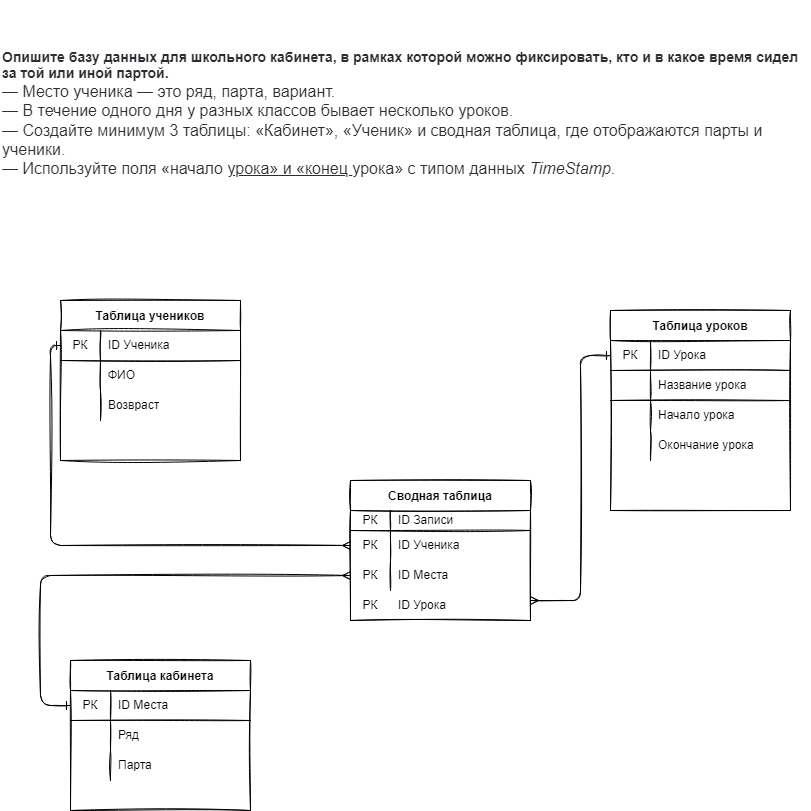
Earlier version of the draw.io export HWorkBaseDan/Bas.drawio.png (VladimirVicPar/qwerty1). Source tidied: cells renumbered, new cells last; positions are measured from the earlier drawing's top-left corner, leaving out a move shared by most shapes.
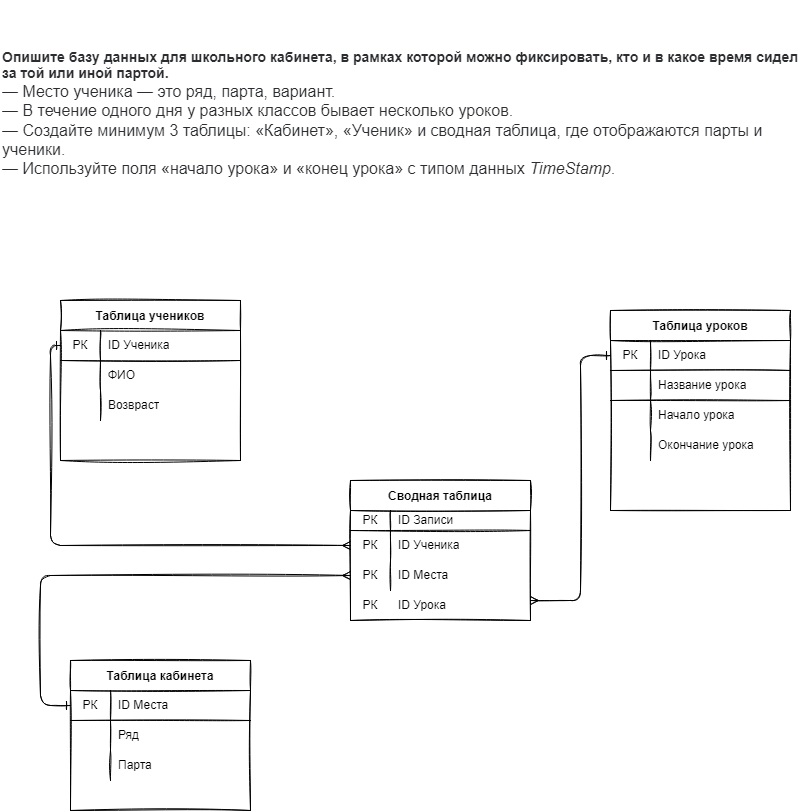
After the change.

Diff of the diagram source:
```diff
@@ -131,7 +131,7 @@
     <mxCell id="44" value="Парта" style="shape=partialRectangle;html=1;whiteSpace=wrap;fillColor=none;top=0;left=0;bottom=0;right=0;align=left;spacingLeft=6;overflow=hidden;sketch=1;" parent="42" vertex="1">
       <mxGeometry x="40" width="140" height="30" as="geometry" />
     </mxCell>
-    <object id="45" label="&lt;p style=&quot;box-sizing: border-box ; margin: 0px ; color: rgb(44 , 45 , 48) ; font-family: &amp;#34;roboto&amp;#34; , &amp;#34;san francisco&amp;#34; , &amp;#34;helvetica neue&amp;#34; , &amp;#34;helvetica&amp;#34; , &amp;#34;arial&amp;#34; ; background-color: rgb(255 , 255 , 255)&quot;&gt;&lt;span style=&quot;box-sizing: border-box ; font-weight: 700&quot;&gt;&lt;font style=&quot;font-size: 14px&quot;&gt;Опишите базу данных для школьного кабинета, в рамках которой можно фиксировать, кто и в какое время сидел за той или иной партой.&lt;/font&gt;&lt;/span&gt;&lt;/p&gt;&lt;p style=&quot;box-sizing: border-box ; margin: 0px ; color: rgb(44 , 45 , 48) ; font-family: &amp;#34;roboto&amp;#34; , &amp;#34;san francisco&amp;#34; , &amp;#34;helvetica neue&amp;#34; , &amp;#34;helvetica&amp;#34; , &amp;#34;arial&amp;#34; ; background-color: rgb(255 , 255 , 255)&quot;&gt;&lt;font size=&quot;3&quot;&gt;— Место ученика — это ряд, парта, вариант.&lt;br style=&quot;box-sizing: border-box&quot;&gt;— В течение одного дня у разных классов бывает несколько уроков.&lt;br style=&quot;box-sizing: border-box&quot;&gt;— Создайте минимум 3 таблицы: «Кабинет», «Ученик» и сводная таблица, где отображаются парты и ученики.&lt;br style=&quot;box-sizing: border-box&quot;&gt;— Используйте поля «начало&amp;nbsp;&lt;u style=&quot;box-sizing: border-box&quot;&gt;урока» и «конец&amp;nbsp;&lt;/u&gt;урока» с типом данных&amp;nbsp;&lt;em style=&quot;box-sizing: border-box&quot;&gt;TimeStamp&lt;/em&gt;.&lt;/font&gt;&lt;/p&gt;&lt;p style=&quot;box-sizing: border-box ; margin: 0px ; color: rgb(44 , 45 , 48) ; font-family: &amp;#34;roboto&amp;#34; , &amp;#34;san francisco&amp;#34; , &amp;#34;helvetica neue&amp;#34; , &amp;#34;helvetica&amp;#34; , &amp;#34;arial&amp;#34; ; background-color: rgb(255 , 255 , 255)&quot;&gt;&lt;br&gt;&lt;/p&gt;" name="Variable" placeholders="1">
+    <object id="45" label="&lt;p style=&quot;box-sizing: border-box ; margin: 0px ; color: rgb(44 , 45 , 48) ; font-family: &amp;#34;roboto&amp;#34; , &amp;#34;san francisco&amp;#34; , &amp;#34;helvetica neue&amp;#34; , &amp;#34;helvetica&amp;#34; , &amp;#34;arial&amp;#34; ; background-color: rgb(255 , 255 , 255)&quot;&gt;&lt;span style=&quot;box-sizing: border-box ; font-weight: 700&quot;&gt;&lt;font style=&quot;font-size: 14px&quot;&gt;Опишите базу данных для школьного кабинета, в рамках которой можно фиксировать, кто и в какое время сидел за той или иной партой.&lt;/font&gt;&lt;/span&gt;&lt;/p&gt;&lt;p style=&quot;box-sizing: border-box ; margin: 0px ; color: rgb(44 , 45 , 48) ; font-family: &amp;#34;roboto&amp;#34; , &amp;#34;san francisco&amp;#34; , &amp;#34;helvetica neue&amp;#34; , &amp;#34;helvetica&amp;#34; , &amp;#34;arial&amp;#34; ; background-color: rgb(255 , 255 , 255)&quot;&gt;&lt;font size=&quot;3&quot;&gt;— Место ученика — это ряд, парта, вариант.&lt;br style=&quot;box-sizing: border-box&quot;&gt;— В течение одного дня у разных классов бывает несколько уроков.&lt;br style=&quot;box-sizing: border-box&quot;&gt;— Создайте минимум 3 таблицы: «Кабинет», «Ученик» и сводная таблица, где отображаются парты и ученики.&lt;br style=&quot;box-sizing: border-box&quot;&gt;— Используйте поля «начало&amp;nbsp;&lt;span style=&quot;box-sizing: border-box&quot;&gt;урока» и «конец&amp;nbsp;&lt;/span&gt;урока» с типом данных&amp;nbsp;&lt;em style=&quot;box-sizing: border-box&quot;&gt;TimeStamp&lt;/em&gt;.&lt;/font&gt;&lt;/p&gt;&lt;p style=&quot;box-sizing: border-box ; margin: 0px ; color: rgb(44 , 45 , 48) ; font-family: &amp;#34;roboto&amp;#34; , &amp;#34;san francisco&amp;#34; , &amp;#34;helvetica neue&amp;#34; , &amp;#34;helvetica&amp;#34; , &amp;#34;arial&amp;#34; ; background-color: rgb(255 , 255 , 255)&quot;&gt;&lt;br&gt;&lt;/p&gt;" name="Variable" placeholders="1">
       <mxCell style="text;html=1;strokeColor=none;fillColor=none;align=left;verticalAlign=middle;whiteSpace=wrap;overflow=hidden;sketch=1;" parent="1" vertex="1">
         <mxGeometry width="810" height="240" as="geometry" />
       </mxCell>
```
